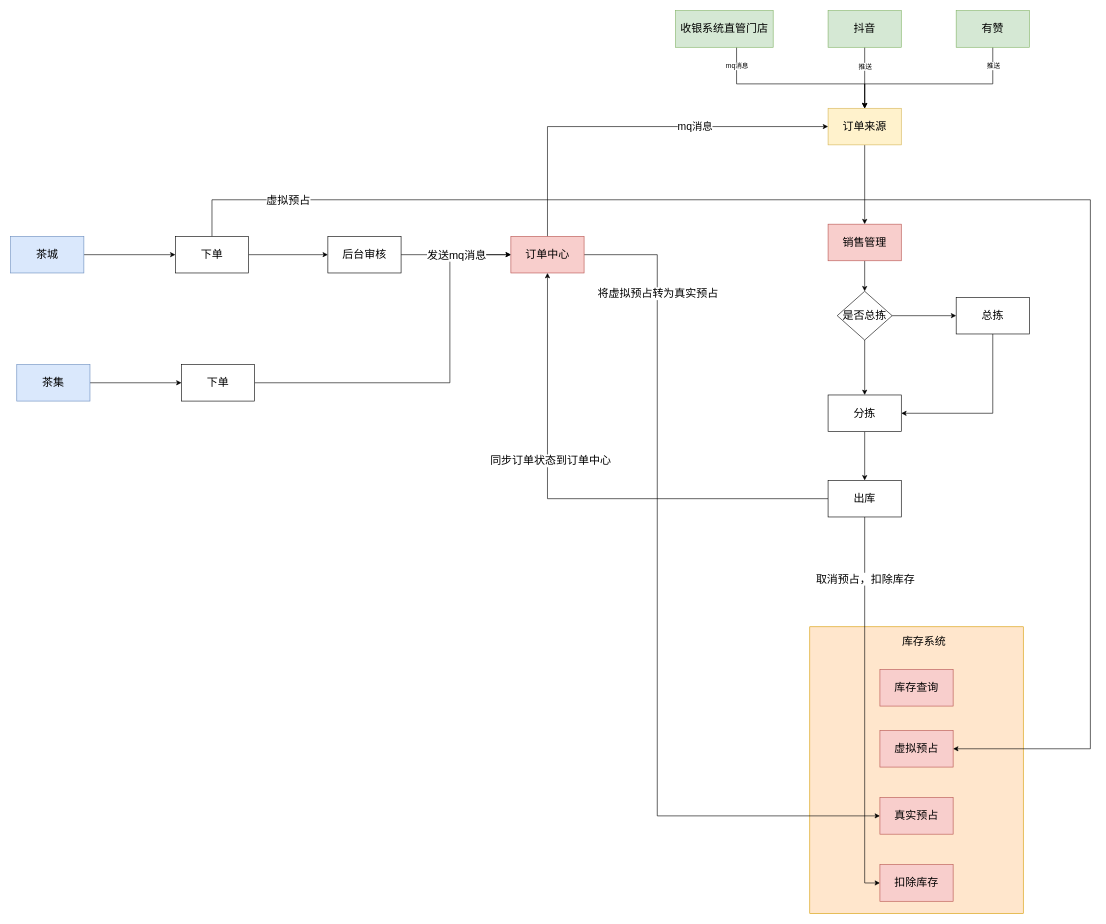
The draw.io diagram 醉品系统业务流程.drawio in linbingxing/mind, before the edit. Source tidied: cells renumbered, new cells numbered last; positions are measured from the earlier drawing's top-left corner, leaving out a move shared by most shapes. Both pictures are drawn from the tidied source at 61%, with x=0, y=0 at pixel (10, 10).
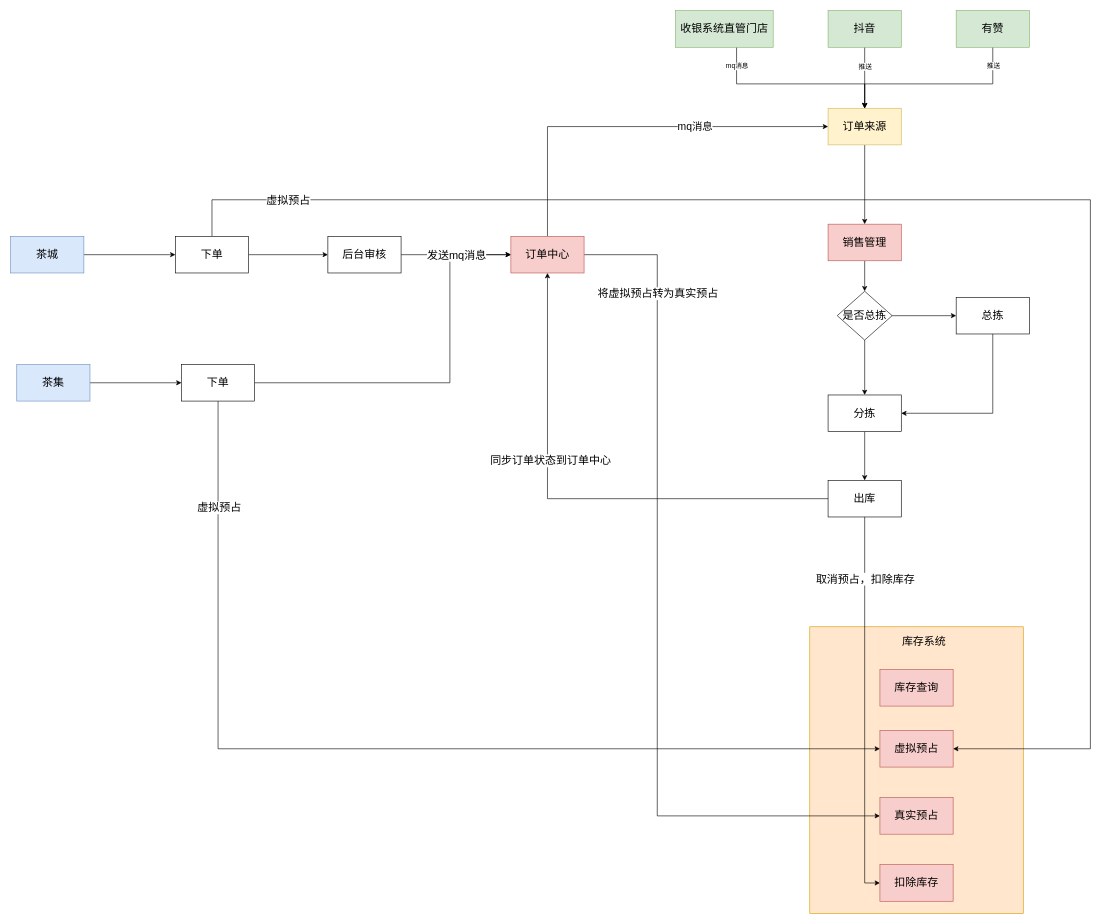
After the change.

Commit message:
更新醉品系统业务流程.drawio

Unchanged cells that the change refers to:
```xml
<mxCell id="18" value="&lt;font style=&quot;font-size: 18px&quot;&gt;虚拟预占&lt;/font&gt;" style="rounded=0;whiteSpace=wrap;html=1;fillColor=#f8cecc;strokeColor=#b85450;" parent="1" vertex="1">
  <mxGeometry x="1425" y="1180" width="120" height="60" as="geometry" />
</mxCell>
<mxCell id="50" value="&lt;font style=&quot;font-size: 18px&quot;&gt;下单&lt;/font&gt;" style="whiteSpace=wrap;html=1;rounded=0;" parent="1" vertex="1">
  <mxGeometry x="280" y="580" width="120" height="60" as="geometry" />
</mxCell>
```

What changed in the source:
```diff
@@
+    <mxCell id="51" style="edgeStyle=orthogonalEdgeStyle;rounded=0;jettySize=auto;html=1;entryX=0;entryY=0.5;entryDx=0;entryDy=0;fontSize=18;" parent="1" edge="1" source="50" target="18">
+      <mxGeometry relative="1" as="geometry">
+        <Array as="points">
+          <mxPoint x="340" y="1210" />
+        </Array>
+      </mxGeometry>
+    </mxCell>
+    <mxCell id="52" value="虚拟预占" style="edgeLabel;html=1;align=center;verticalAlign=middle;fontSize=18;" parent="51" vertex="1">
+      <mxGeometry x="-0.79" y="1" relative="1" as="geometry" />
+    </mxCell>
```
